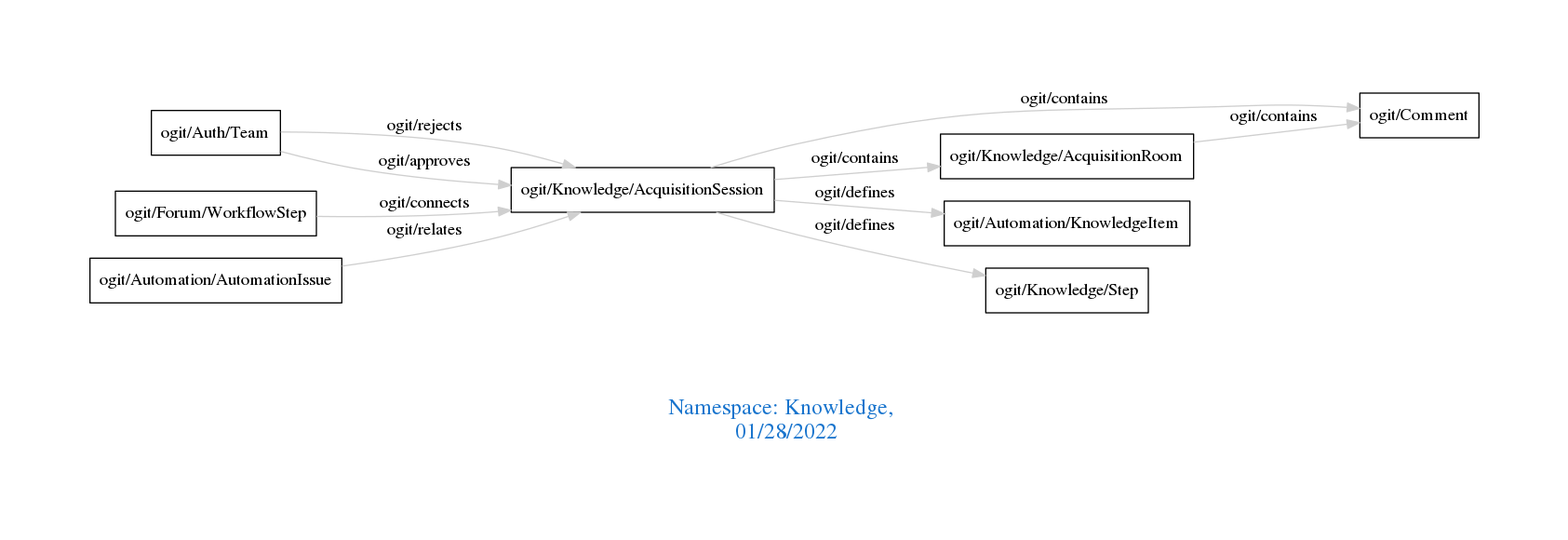
Earlier version of the Graphviz export downloads/Knowledge.png (arago/OGIT). Its source is kept beside it as downloads/Knowledge.dot.
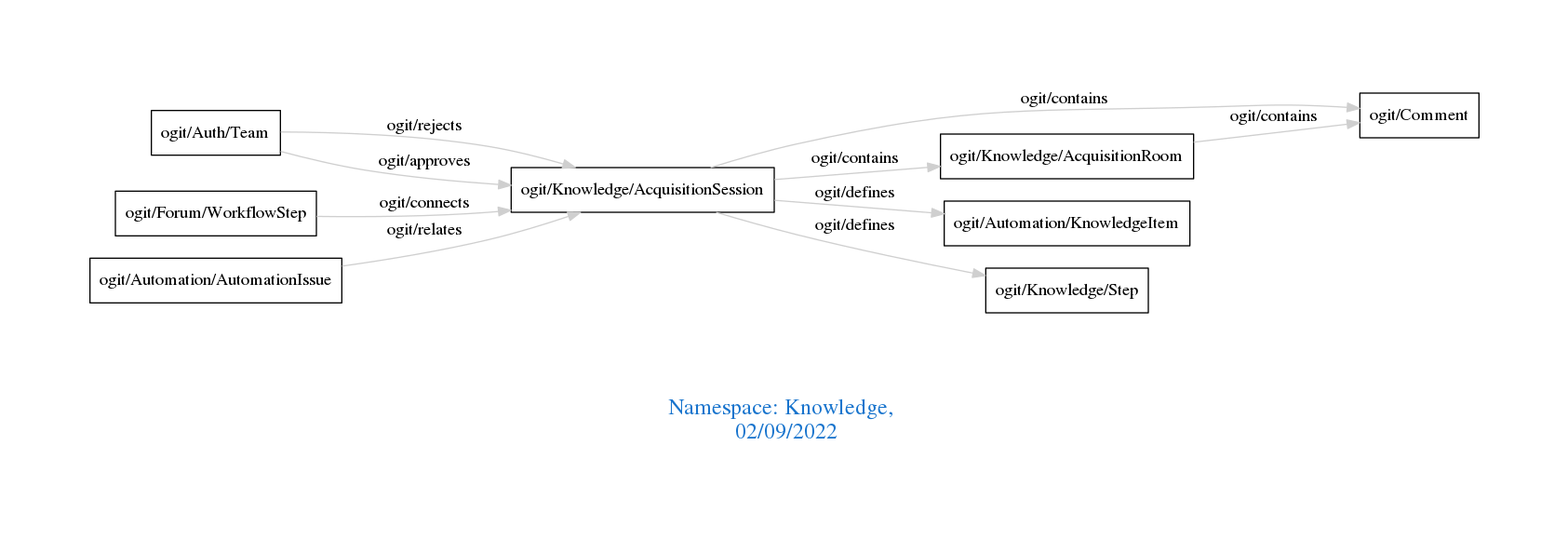
After the change.

The edit, as a diff of the source:
```diff
@@ -1,7 +1,7 @@
 digraph OGIT_ontology {
  graph [ rankdir= LR,pad=1
 fontsize = 18,
-fontcolor= dodgerblue3,label = "\n\n\nNamespace: Knowledge, \n 01/28/2022"];
+fontcolor= dodgerblue3,label = "\n\n\nNamespace: Knowledge, \n 02/09/2022"];
 node[shape=polygon];
 edge [  color="gray81"];
 
```
